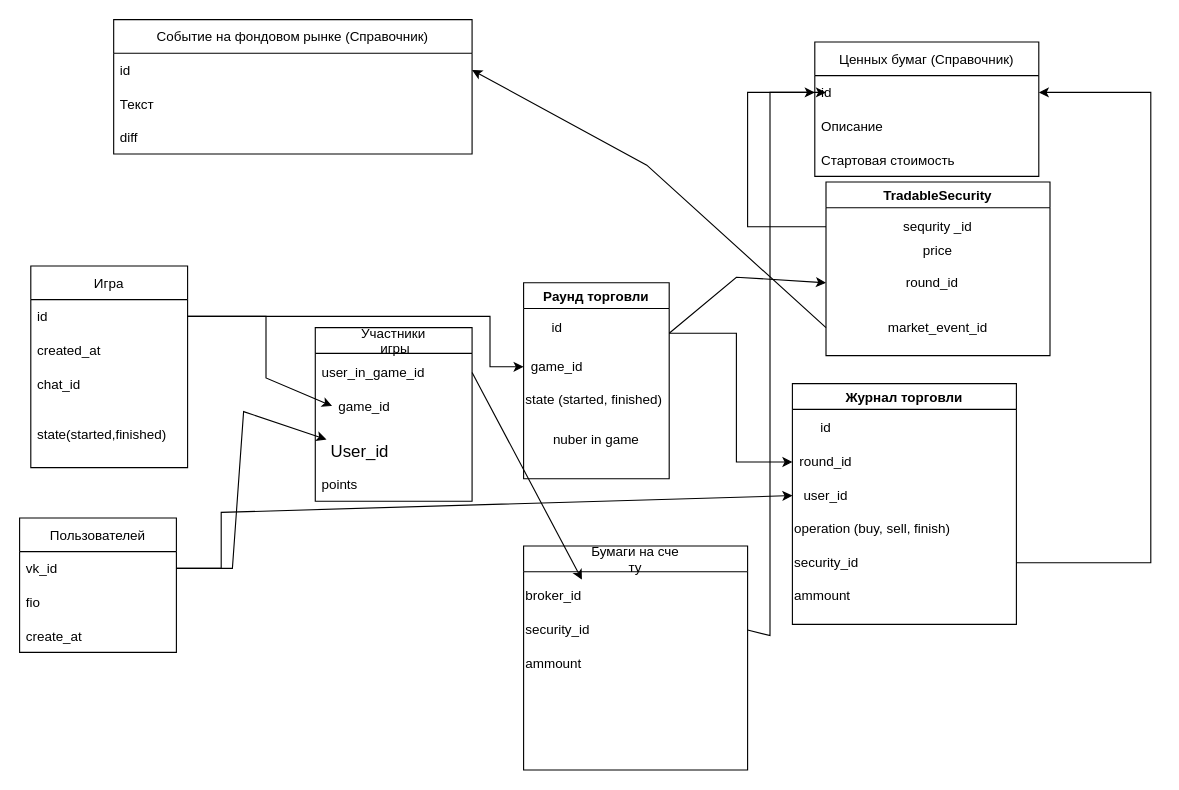
Above: DB Schema.drawio in VitalyObrubov/vk-exchange-game (draw.io), before the change. Source tidied: cells renumbered, new cells numbered last; positions are measured from the earlier drawing's top-left corner, leaving out a move shared by most shapes. Both pictures are drawn from the tidied source at 112%, with x=0, y=0 at pixel (19, 19).
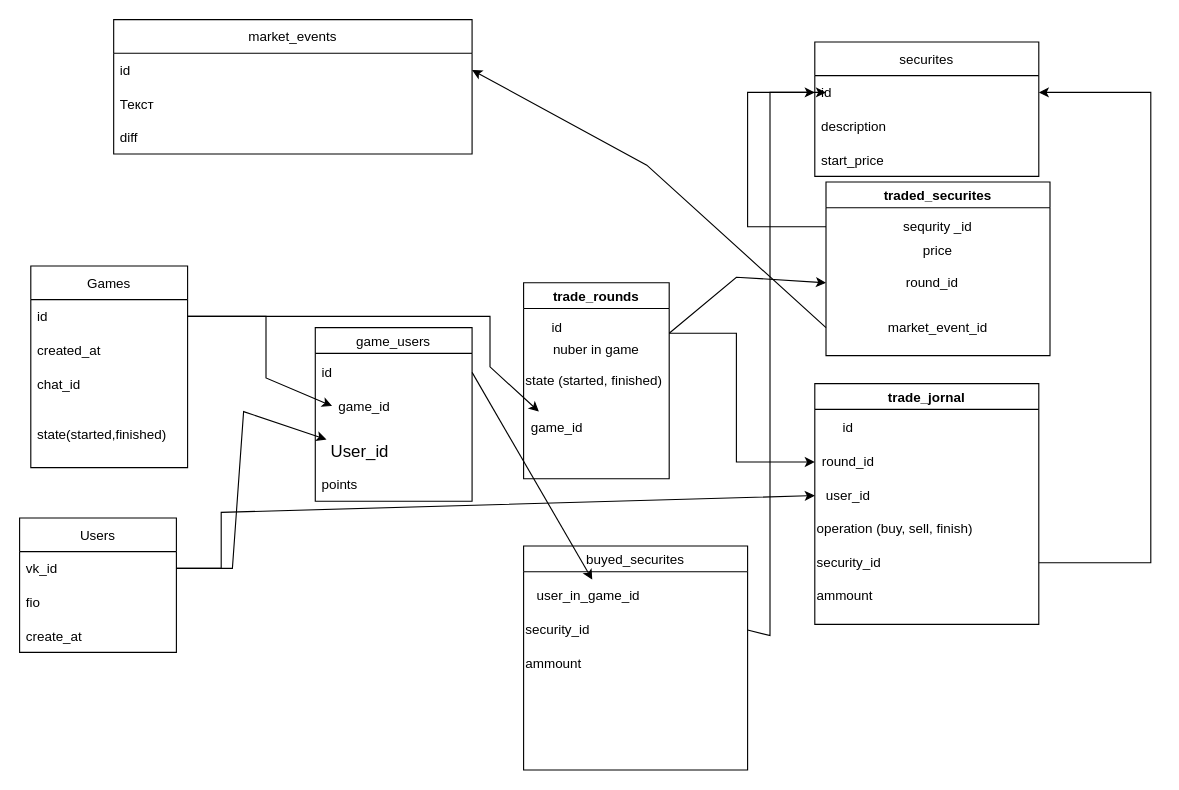
The same diagram, later.

What changed in the source:
```diff
@@
-    <mxCell id="2" value="Пользователей" style="swimlane;fontStyle=0;horizontal=1;startSize=30;" parent="1" vertex="1">
+    <mxCell id="2" value="Users" style="swimlane;fontStyle=0;horizontal=1;startSize=30;" parent="1" vertex="1">
       <mxGeometry y="445" width="140" height="120" as="geometry" />
     </mxCell>
@@
-    <mxCell id="6" value="Игра" style="swimlane;fontStyle=0;horizontal=1;startSize=30;" parent="1" vertex="1">
+    <mxCell id="6" value="Games" style="swimlane;fontStyle=0;horizontal=1;startSize=30;" parent="1" vertex="1">
       <mxGeometry x="10" y="220" width="140" height="180" as="geometry" />
     </mxCell>
@@
-    <mxCell id="11" value="Ценных бумаг (Справочник)" style="swimlane;fontStyle=0;horizontal=1;startSize=30;" parent="1" vertex="1">
+    <mxCell id="11" value="securites" style="swimlane;fontStyle=0;horizontal=1;startSize=30;" parent="1" vertex="1">
       <mxGeometry x="710" y="20" width="200" height="120" as="geometry" />
     </mxCell>
@@
-    <mxCell id="13" value="Описание" style="text;strokeColor=none;fillColor=none;align=left;verticalAlign=middle;spacingLeft=4;spacingRight=4;overflow=hidden;" parent="11" vertex="1">
+    <mxCell id="13" value="description" style="text;strokeColor=none;fillColor=none;align=left;verticalAlign=middle;spacingLeft=4;spacingRight=4;overflow=hidden;" parent="11" vertex="1">
       <mxGeometry y="60" width="200" height="30" as="geometry" />
     </mxCell>
-    <mxCell id="14" value="Стартовая стоимость " style="text;strokeColor=none;fillColor=none;align=left;verticalAlign=middle;spacingLeft=4;spacingRight=4;overflow=hidden;" parent="11" vertex="1">
+    <mxCell id="14" value="start_price" style="text;strokeColor=none;fillColor=none;align=left;verticalAlign=middle;spacingLeft=4;spacingRight=4;overflow=hidden;" parent="11" vertex="1">
       <mxGeometry y="90" width="200" height="30" as="geometry" />
     </mxCell>
-    <mxCell id="15" value="Событие на фондовом рынке (Справочник)" style="swimlane;fontStyle=0;horizontal=1;startSize=30;" parent="1" vertex="1">
+    <mxCell id="15" value="market_events" style="swimlane;fontStyle=0;horizontal=1;startSize=30;" parent="1" vertex="1">
       <mxGeometry x="84" width="320" height="120" as="geometry" />
     </mxCell>
@@
-    <mxCell id="19" value="Участники&#10; игры" style="swimlane;fontSize=12;fontStyle=0;" parent="1" vertex="1">
+    <mxCell id="19" value="game_users" style="swimlane;fontSize=12;fontStyle=0;" parent="1" vertex="1">
       <mxGeometry x="264" y="275" width="140" height="155" as="geometry" />
     </mxCell>
@@
-    <mxCell id="23" value="user_in_game_id" style="text;strokeColor=none;fillColor=none;align=left;verticalAlign=middle;spacingLeft=4;spacingRight=4;overflow=hidden;points=[[0,0.5],[1,0.5]];portConstraint=eastwest;" parent="19" vertex="1">
+    <mxCell id="23" value="id" style="text;strokeColor=none;fillColor=none;align=left;verticalAlign=middle;spacingLeft=4;spacingRight=4;overflow=hidden;points=[[0,0.5],[1,0.5]];portConstraint=eastwest;" parent="19" vertex="1">
       <mxGeometry y="25" width="140" height="30" as="geometry" />
     </mxCell>
@@
-    <mxCell id="26" value="Бумаги на сче&#10;ту" style="swimlane;fontSize=12;fontStyle=0;" parent="1" vertex="1">
+    <mxCell id="26" value="buyed_securites" style="swimlane;fontSize=12;fontStyle=0;" parent="1" vertex="1">
       <mxGeometry x="450" y="470" width="200" height="200" as="geometry" />
     </mxCell>
-    <mxCell id="27" value="broker_id" style="text;html=1;strokeColor=none;fillColor=none;align=left;verticalAlign=middle;whiteSpace=wrap;rounded=0;fontSize=12;" parent="26" vertex="1">
-      <mxGeometry y="30" width="120" height="30" as="geometry" />
+    <mxCell id="27" value="user_in_game_id" style="text;html=1;strokeColor=none;fillColor=none;align=left;verticalAlign=middle;whiteSpace=wrap;rounded=0;fontSize=12;" parent="26" vertex="1">
+      <mxGeometry x="10" y="30" width="120" height="30" as="geometry" />
     </mxCell>
@@
-    <mxCell id="33" value="Раунд торговли" style="swimlane;fontSize=12;" parent="1" vertex="1">
+    <mxCell id="33" value="trade_rounds" style="swimlane;fontSize=12;" parent="1" vertex="1">
       <mxGeometry x="450" y="235" width="130" height="175" as="geometry" />
     </mxCell>
     <mxCell id="34" value="game_id" style="text;html=1;strokeColor=none;fillColor=none;align=center;verticalAlign=middle;whiteSpace=wrap;rounded=0;fontSize=12;" parent="33" vertex="1">
-      <mxGeometry y="60" width="60" height="30" as="geometry" />
+      <mxGeometry y="115" width="60" height="30" as="geometry" />
     </mxCell>
@@
     <mxCell id="36" value="state (started, finished)" style="text;html=1;strokeColor=none;fillColor=none;align=left;verticalAlign=middle;whiteSpace=wrap;rounded=0;fontSize=12;" parent="33" vertex="1">
-      <mxGeometry y="90" width="130" height="30" as="geometry" />
+      <mxGeometry y="72.5" width="130" height="30" as="geometry" />
     </mxCell>
     <mxCell id="37" value="nuber in game" style="text;html=1;strokeColor=none;fillColor=none;align=center;verticalAlign=middle;whiteSpace=wrap;rounded=0;fontSize=12;" parent="33" vertex="1">
-      <mxGeometry y="125" width="130" height="30" as="geometry" />
+      <mxGeometry y="45" width="130" height="30" as="geometry" />
     </mxCell>
@@
-    <mxCell id="40" value="Журнал торговли" style="swimlane;fontSize=12;" parent="1" vertex="1">
-      <mxGeometry x="690" y="325" width="200" height="215" as="geometry" />
+    <mxCell id="40" value="trade_jornal" style="swimlane;fontSize=12;" parent="1" vertex="1">
+      <mxGeometry x="710" y="325" width="200" height="215" as="geometry" />
     </mxCell>
@@
-    <mxCell id="50" value="TradableSecurity" style="swimlane;fontSize=12;" parent="1" vertex="1">
+    <mxCell id="50" value="traded_securites" style="swimlane;fontSize=12;" parent="1" vertex="1">
       <mxGeometry x="720" y="145" width="200" height="155" as="geometry" />
     </mxCell>
```
